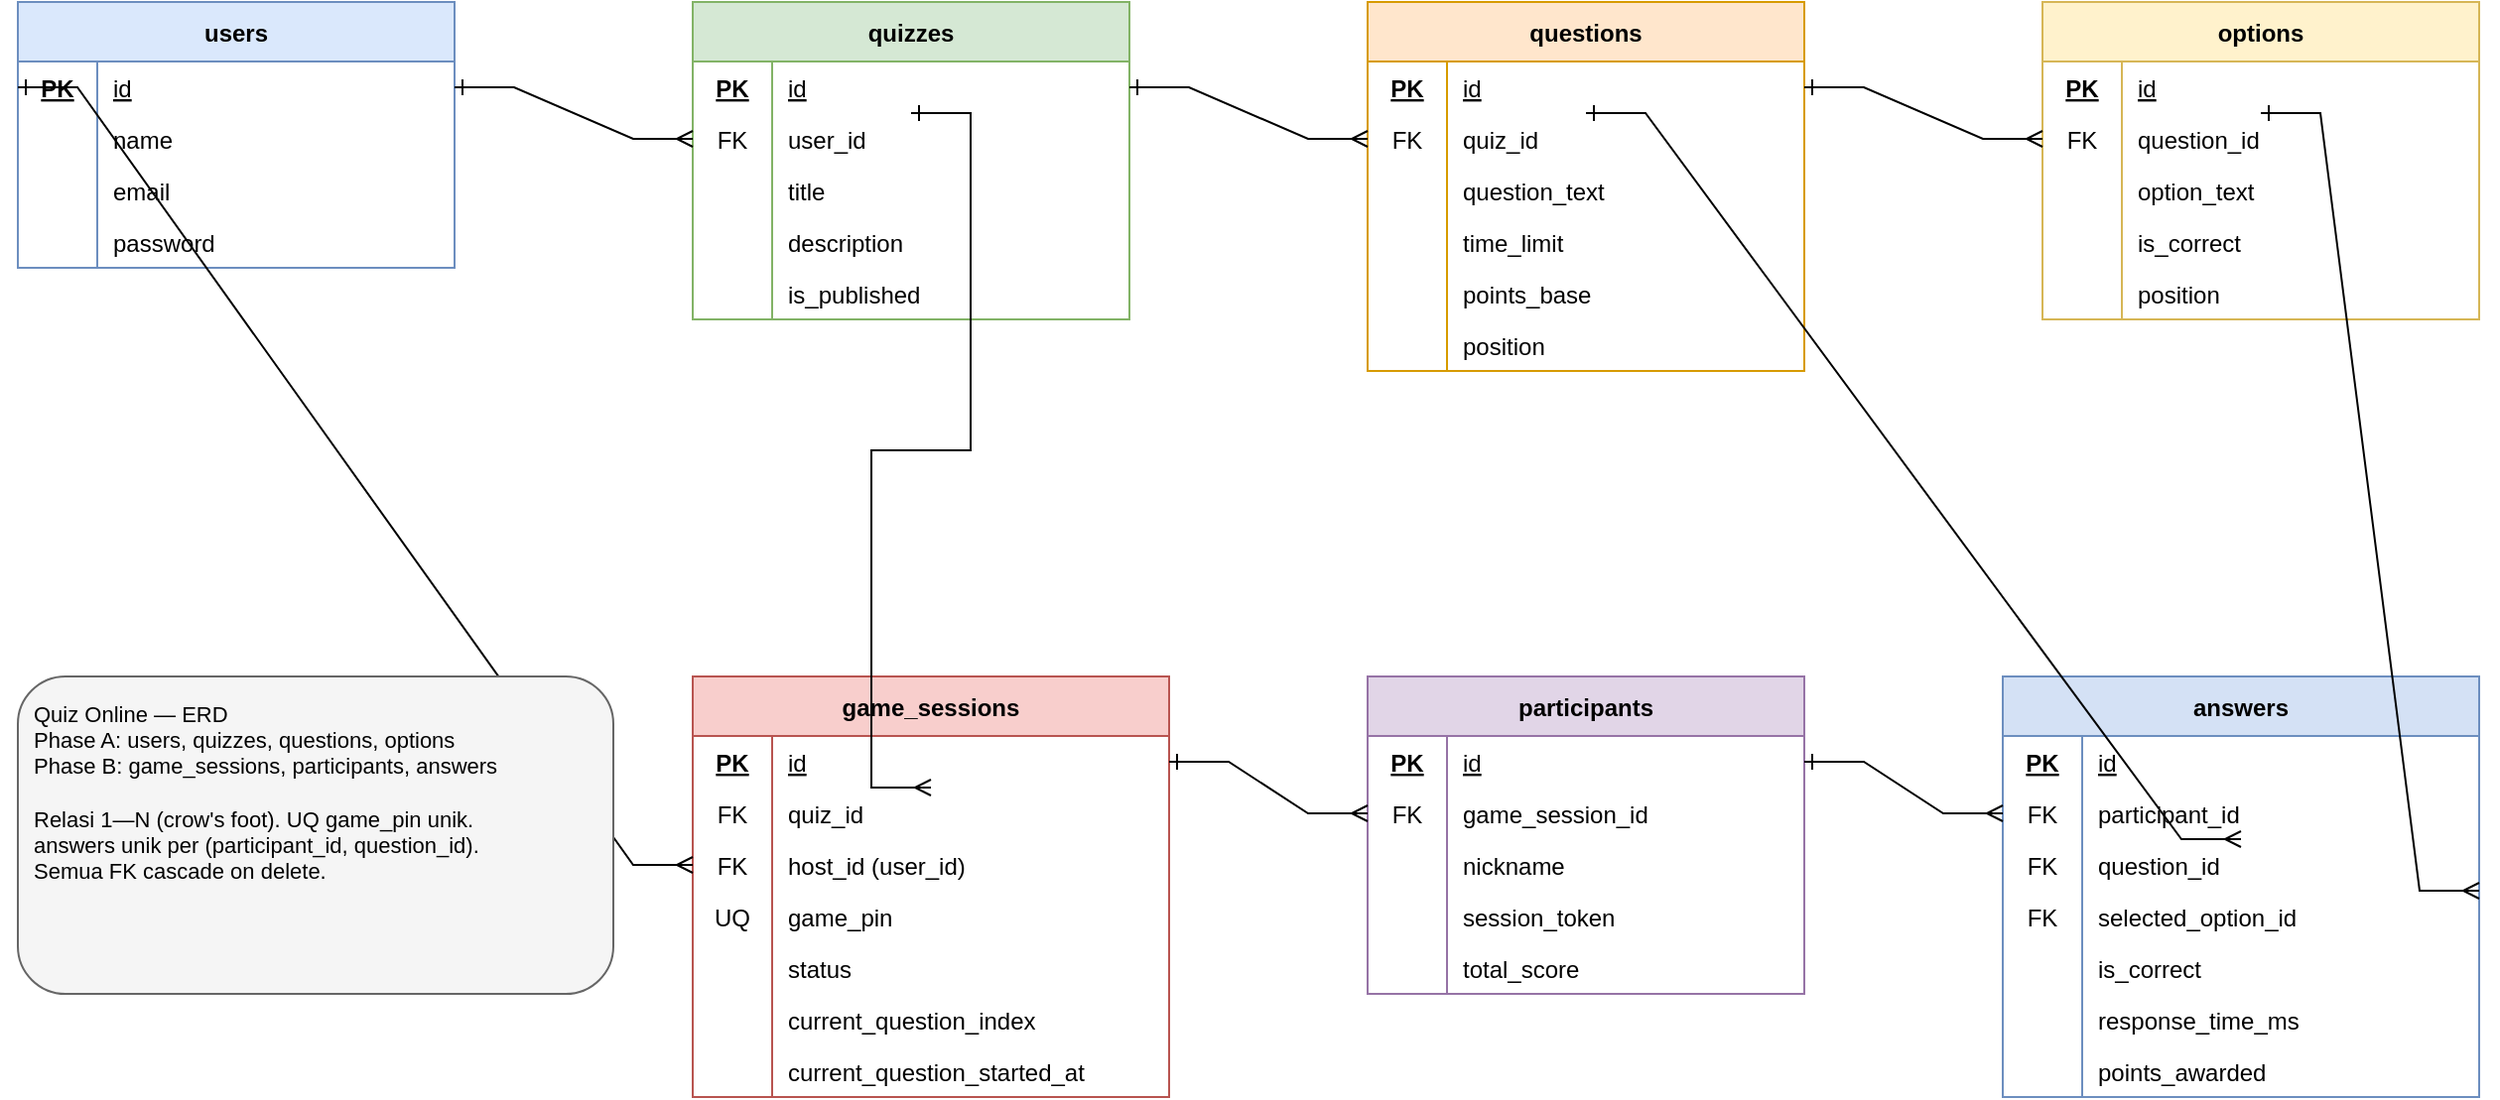
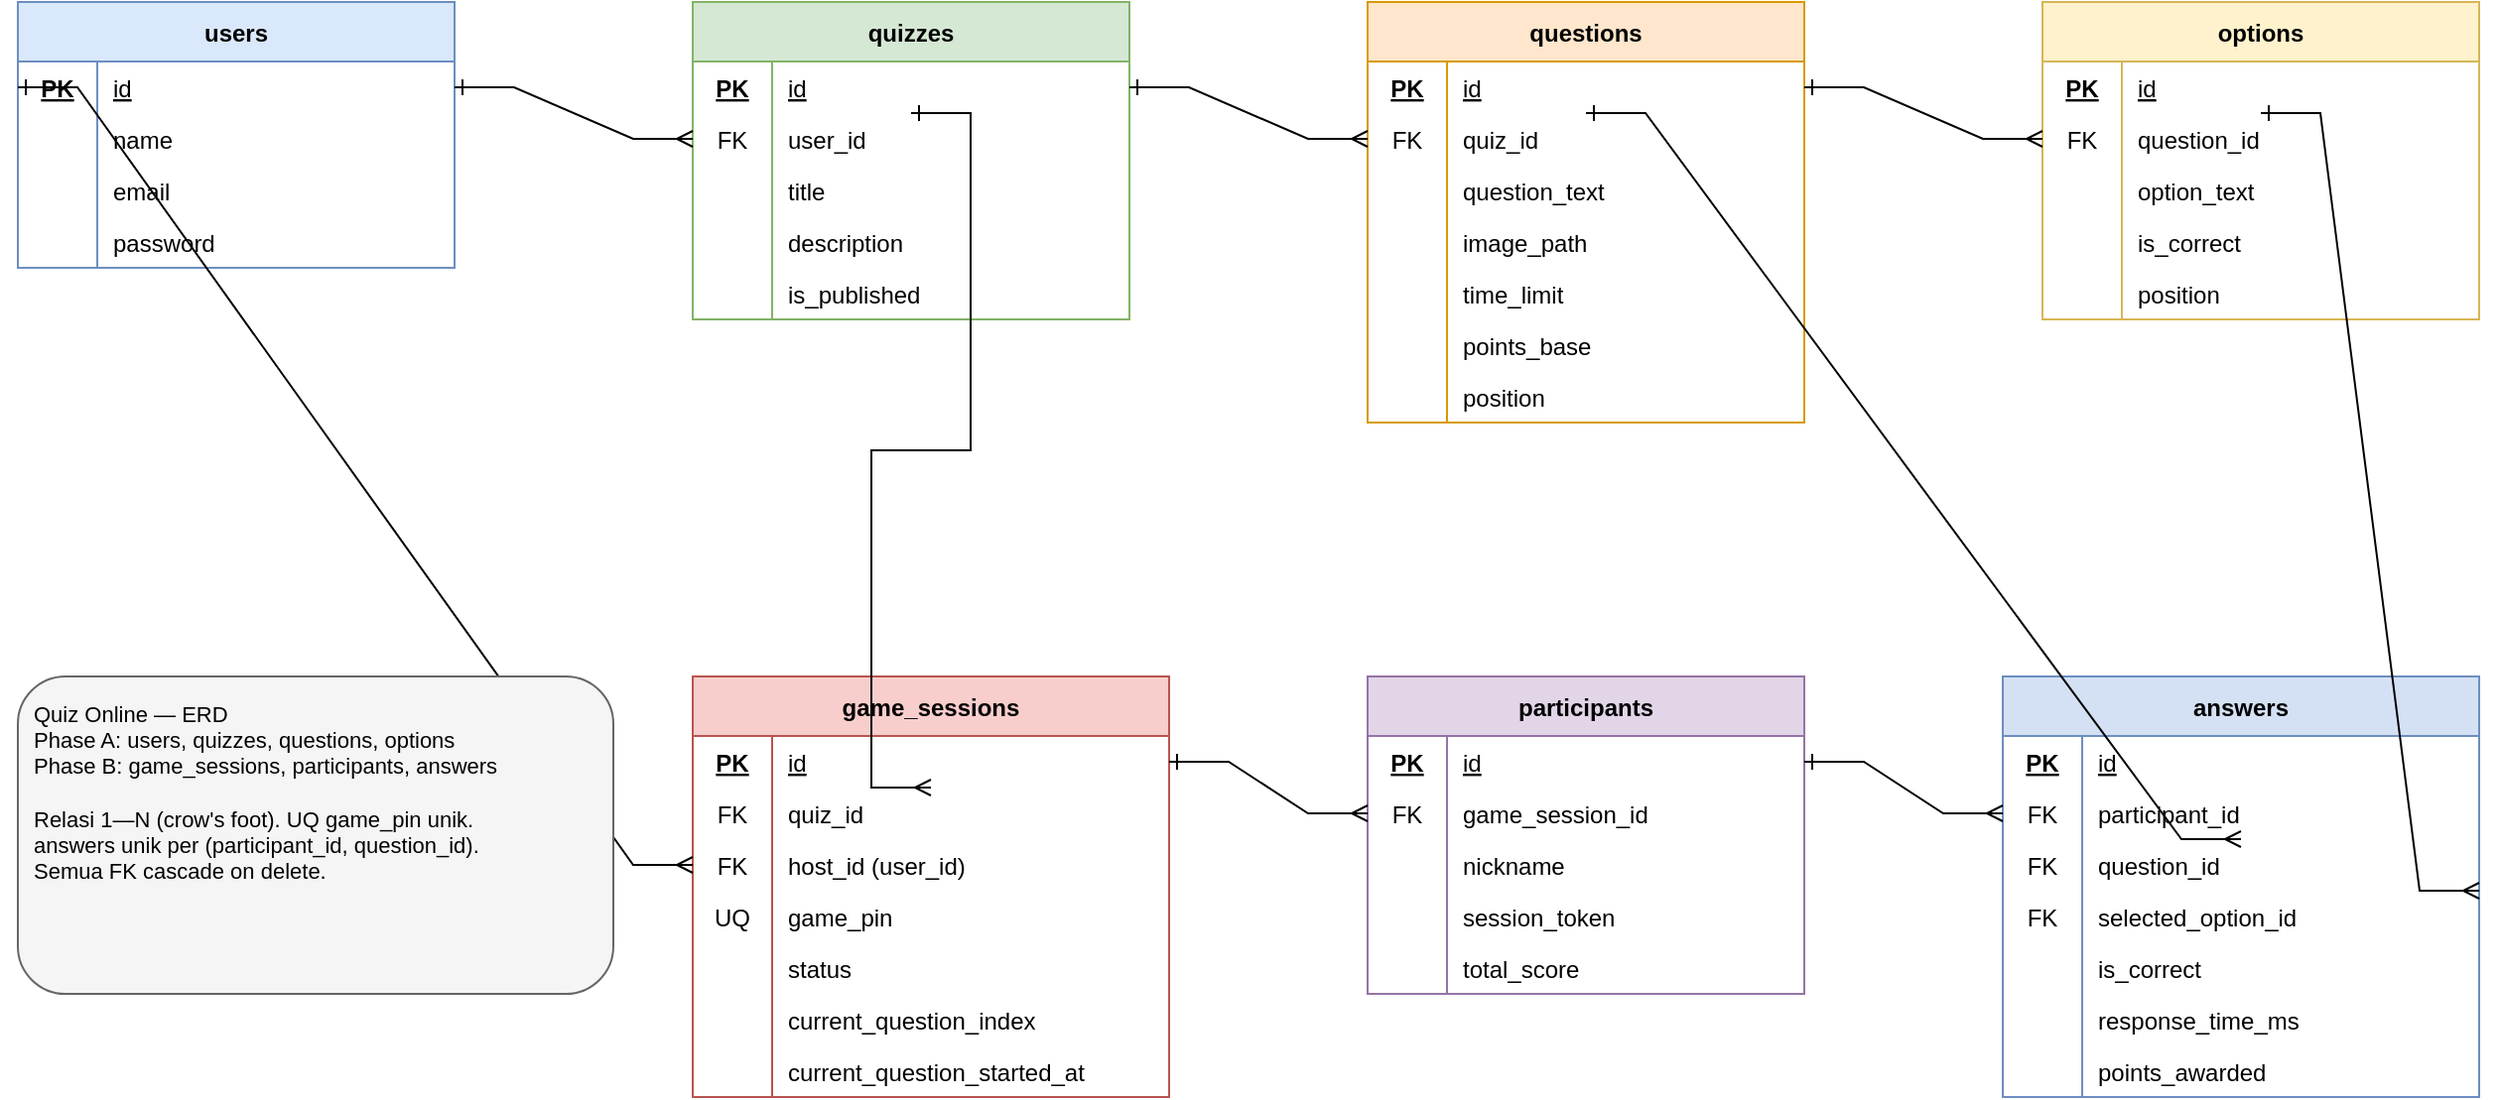
<mxfile host="app.diagrams.net" agent="Claude Code" version="24.0.0">
  <diagram id="quiz-online-erd" name="Quiz Online ERD">
    <mxGraphModel dx="1422" dy="800" grid="1" gridSize="10" guides="1" tooltips="1" connect="1" arrows="1" fold="1" page="1" pageScale="1" pageWidth="1400" pageHeight="900" math="0" shadow="0">
      <root>
        <mxCell id="0" />
        <mxCell id="1" parent="0" />

        <!-- ============ users ============ -->
        <mxCell id="users" value="users" style="shape=table;startSize=30;container=1;collapsible=0;childLayout=tableLayout;fixedRows=1;rowLines=0;fontStyle=1;align=center;resizeLast=1;fillColor=#dae8fc;strokeColor=#6c8ebf;" vertex="1" parent="1">
          <mxGeometry x="40" y="40" width="220" height="134" as="geometry" />
        </mxCell>
        <mxCell id="users-r1" value="" style="shape=tableRow;horizontal=0;startSize=0;swimlaneHead=0;swimlaneBody=0;strokeColor=inherit;top=0;left=0;bottom=0;right=0;collapsible=0;dropTarget=0;fillColor=none;points=[[0,0.5],[1,0.5]];portConstraint=eastwest;fontSize=12;" vertex="1" parent="users">
          <mxGeometry y="30" width="220" height="26" as="geometry" />
        </mxCell>
        <mxCell id="users-r1-k" value="PK" style="shape=partialRectangle;overflow=hidden;connectable=0;fillColor=none;top=0;left=0;bottom=0;right=0;fontStyle=5;align=center;" vertex="1" parent="users-r1">
          <mxGeometry width="40" height="26" as="geometry"><mxRectangle width="40" height="26" as="alternateBounds" /></mxGeometry>
        </mxCell>
        <mxCell id="users-r1-v" value="id" style="shape=partialRectangle;overflow=hidden;connectable=0;fillColor=none;top=0;left=0;bottom=0;right=0;align=left;spacingLeft=6;fontStyle=4;" vertex="1" parent="users-r1">
          <mxGeometry x="40" width="180" height="26" as="geometry"><mxRectangle x="40" width="180" height="26" as="alternateBounds" /></mxGeometry>
        </mxCell>
        <mxCell id="users-r2" value="" style="shape=tableRow;horizontal=0;startSize=0;swimlaneHead=0;swimlaneBody=0;strokeColor=inherit;top=0;left=0;bottom=0;right=0;collapsible=0;dropTarget=0;fillColor=none;points=[[0,0.5],[1,0.5]];portConstraint=eastwest;fontSize=12;" vertex="1" parent="users">
          <mxGeometry y="56" width="220" height="26" as="geometry" />
        </mxCell>
        <mxCell id="users-r2-k" value="" style="shape=partialRectangle;overflow=hidden;connectable=0;fillColor=none;top=0;left=0;bottom=0;right=0;fontStyle=5;align=center;" vertex="1" parent="users-r2">
          <mxGeometry width="40" height="26" as="geometry"><mxRectangle width="40" height="26" as="alternateBounds" /></mxGeometry>
        </mxCell>
        <mxCell id="users-r2-v" value="name" style="shape=partialRectangle;overflow=hidden;connectable=0;fillColor=none;top=0;left=0;bottom=0;right=0;align=left;spacingLeft=6;" vertex="1" parent="users-r2">
          <mxGeometry x="40" width="180" height="26" as="geometry"><mxRectangle x="40" width="180" height="26" as="alternateBounds" /></mxGeometry>
        </mxCell>
        <mxCell id="users-r3" value="" style="shape=tableRow;horizontal=0;startSize=0;swimlaneHead=0;swimlaneBody=0;strokeColor=inherit;top=0;left=0;bottom=0;right=0;collapsible=0;dropTarget=0;fillColor=none;points=[[0,0.5],[1,0.5]];portConstraint=eastwest;fontSize=12;" vertex="1" parent="users">
          <mxGeometry y="82" width="220" height="26" as="geometry" />
        </mxCell>
        <mxCell id="users-r3-k" value="" style="shape=partialRectangle;overflow=hidden;connectable=0;fillColor=none;top=0;left=0;bottom=0;right=0;fontStyle=5;align=center;" vertex="1" parent="users-r3">
          <mxGeometry width="40" height="26" as="geometry"><mxRectangle width="40" height="26" as="alternateBounds" /></mxGeometry>
        </mxCell>
        <mxCell id="users-r3-v" value="email" style="shape=partialRectangle;overflow=hidden;connectable=0;fillColor=none;top=0;left=0;bottom=0;right=0;align=left;spacingLeft=6;" vertex="1" parent="users-r3">
          <mxGeometry x="40" width="180" height="26" as="geometry"><mxRectangle x="40" width="180" height="26" as="alternateBounds" /></mxGeometry>
        </mxCell>
        <mxCell id="users-r4" value="" style="shape=tableRow;horizontal=0;startSize=0;swimlaneHead=0;swimlaneBody=0;strokeColor=inherit;top=0;left=0;bottom=0;right=0;collapsible=0;dropTarget=0;fillColor=none;points=[[0,0.5],[1,0.5]];portConstraint=eastwest;fontSize=12;" vertex="1" parent="users">
          <mxGeometry y="108" width="220" height="26" as="geometry" />
        </mxCell>
        <mxCell id="users-r4-k" value="" style="shape=partialRectangle;overflow=hidden;connectable=0;fillColor=none;top=0;left=0;bottom=0;right=0;fontStyle=5;align=center;" vertex="1" parent="users-r4">
          <mxGeometry width="40" height="26" as="geometry"><mxRectangle width="40" height="26" as="alternateBounds" /></mxGeometry>
        </mxCell>
        <mxCell id="users-r4-v" value="password" style="shape=partialRectangle;overflow=hidden;connectable=0;fillColor=none;top=0;left=0;bottom=0;right=0;align=left;spacingLeft=6;" vertex="1" parent="users-r4">
          <mxGeometry x="40" width="180" height="26" as="geometry"><mxRectangle x="40" width="180" height="26" as="alternateBounds" /></mxGeometry>
        </mxCell>

        <!-- ============ quizzes ============ -->
        <mxCell id="quizzes" value="quizzes" style="shape=table;startSize=30;container=1;collapsible=0;childLayout=tableLayout;fixedRows=1;rowLines=0;fontStyle=1;align=center;resizeLast=1;fillColor=#d5e8d4;strokeColor=#82b366;" vertex="1" parent="1">
          <mxGeometry x="380" y="40" width="220" height="160" as="geometry" />
        </mxCell>
        <mxCell id="quizzes-r1" value="" style="shape=tableRow;horizontal=0;startSize=0;swimlaneHead=0;swimlaneBody=0;strokeColor=inherit;top=0;left=0;bottom=0;right=0;collapsible=0;dropTarget=0;fillColor=none;points=[[0,0.5],[1,0.5]];portConstraint=eastwest;fontSize=12;" vertex="1" parent="quizzes">
          <mxGeometry y="30" width="220" height="26" as="geometry" />
        </mxCell>
        <mxCell id="quizzes-r1-k" value="PK" style="shape=partialRectangle;overflow=hidden;connectable=0;fillColor=none;top=0;left=0;bottom=0;right=0;fontStyle=5;align=center;" vertex="1" parent="quizzes-r1">
          <mxGeometry width="40" height="26" as="geometry"><mxRectangle width="40" height="26" as="alternateBounds" /></mxGeometry>
        </mxCell>
        <mxCell id="quizzes-r1-v" value="id" style="shape=partialRectangle;overflow=hidden;connectable=0;fillColor=none;top=0;left=0;bottom=0;right=0;align=left;spacingLeft=6;fontStyle=4;" vertex="1" parent="quizzes-r1">
          <mxGeometry x="40" width="180" height="26" as="geometry"><mxRectangle x="40" width="180" height="26" as="alternateBounds" /></mxGeometry>
        </mxCell>
        <mxCell id="quizzes-r2" value="" style="shape=tableRow;horizontal=0;startSize=0;swimlaneHead=0;swimlaneBody=0;strokeColor=inherit;top=0;left=0;bottom=0;right=0;collapsible=0;dropTarget=0;fillColor=none;points=[[0,0.5],[1,0.5]];portConstraint=eastwest;fontSize=12;" vertex="1" parent="quizzes">
          <mxGeometry y="56" width="220" height="26" as="geometry" />
        </mxCell>
        <mxCell id="quizzes-r2-k" value="FK" style="shape=partialRectangle;overflow=hidden;connectable=0;fillColor=none;top=0;left=0;bottom=0;right=0;fontStyle=0;align=center;" vertex="1" parent="quizzes-r2">
          <mxGeometry width="40" height="26" as="geometry"><mxRectangle width="40" height="26" as="alternateBounds" /></mxGeometry>
        </mxCell>
        <mxCell id="quizzes-r2-v" value="user_id" style="shape=partialRectangle;overflow=hidden;connectable=0;fillColor=none;top=0;left=0;bottom=0;right=0;align=left;spacingLeft=6;" vertex="1" parent="quizzes-r2">
          <mxGeometry x="40" width="180" height="26" as="geometry"><mxRectangle x="40" width="180" height="26" as="alternateBounds" /></mxGeometry>
        </mxCell>
        <mxCell id="quizzes-r3" value="" style="shape=tableRow;horizontal=0;startSize=0;swimlaneHead=0;swimlaneBody=0;strokeColor=inherit;top=0;left=0;bottom=0;right=0;collapsible=0;dropTarget=0;fillColor=none;points=[[0,0.5],[1,0.5]];portConstraint=eastwest;fontSize=12;" vertex="1" parent="quizzes">
          <mxGeometry y="82" width="220" height="26" as="geometry" />
        </mxCell>
        <mxCell id="quizzes-r3-k" value="" style="shape=partialRectangle;overflow=hidden;connectable=0;fillColor=none;top=0;left=0;bottom=0;right=0;align=center;" vertex="1" parent="quizzes-r3">
          <mxGeometry width="40" height="26" as="geometry"><mxRectangle width="40" height="26" as="alternateBounds" /></mxGeometry>
        </mxCell>
        <mxCell id="quizzes-r3-v" value="title" style="shape=partialRectangle;overflow=hidden;connectable=0;fillColor=none;top=0;left=0;bottom=0;right=0;align=left;spacingLeft=6;" vertex="1" parent="quizzes-r3">
          <mxGeometry x="40" width="180" height="26" as="geometry"><mxRectangle x="40" width="180" height="26" as="alternateBounds" /></mxGeometry>
        </mxCell>
        <mxCell id="quizzes-r4" value="" style="shape=tableRow;horizontal=0;startSize=0;swimlaneHead=0;swimlaneBody=0;strokeColor=inherit;top=0;left=0;bottom=0;right=0;collapsible=0;dropTarget=0;fillColor=none;points=[[0,0.5],[1,0.5]];portConstraint=eastwest;fontSize=12;" vertex="1" parent="quizzes">
          <mxGeometry y="108" width="220" height="26" as="geometry" />
        </mxCell>
        <mxCell id="quizzes-r4-k" value="" style="shape=partialRectangle;overflow=hidden;connectable=0;fillColor=none;top=0;left=0;bottom=0;right=0;align=center;" vertex="1" parent="quizzes-r4">
          <mxGeometry width="40" height="26" as="geometry"><mxRectangle width="40" height="26" as="alternateBounds" /></mxGeometry>
        </mxCell>
        <mxCell id="quizzes-r4-v" value="description" style="shape=partialRectangle;overflow=hidden;connectable=0;fillColor=none;top=0;left=0;bottom=0;right=0;align=left;spacingLeft=6;" vertex="1" parent="quizzes-r4">
          <mxGeometry x="40" width="180" height="26" as="geometry"><mxRectangle x="40" width="180" height="26" as="alternateBounds" /></mxGeometry>
        </mxCell>
        <mxCell id="quizzes-r5" value="" style="shape=tableRow;horizontal=0;startSize=0;swimlaneHead=0;swimlaneBody=0;strokeColor=inherit;top=0;left=0;bottom=0;right=0;collapsible=0;dropTarget=0;fillColor=none;points=[[0,0.5],[1,0.5]];portConstraint=eastwest;fontSize=12;" vertex="1" parent="quizzes">
          <mxGeometry y="134" width="220" height="26" as="geometry" />
        </mxCell>
        <mxCell id="quizzes-r5-k" value="" style="shape=partialRectangle;overflow=hidden;connectable=0;fillColor=none;top=0;left=0;bottom=0;right=0;align=center;" vertex="1" parent="quizzes-r5">
          <mxGeometry width="40" height="26" as="geometry"><mxRectangle width="40" height="26" as="alternateBounds" /></mxGeometry>
        </mxCell>
        <mxCell id="quizzes-r5-v" value="is_published" style="shape=partialRectangle;overflow=hidden;connectable=0;fillColor=none;top=0;left=0;bottom=0;right=0;align=left;spacingLeft=6;" vertex="1" parent="quizzes-r5">
          <mxGeometry x="40" width="180" height="26" as="geometry"><mxRectangle x="40" width="180" height="26" as="alternateBounds" /></mxGeometry>
        </mxCell>

        <!-- ============ questions ============ -->
        <mxCell id="questions" value="questions" style="shape=table;startSize=30;container=1;collapsible=0;childLayout=tableLayout;fixedRows=1;rowLines=0;fontStyle=1;align=center;resizeLast=1;fillColor=#ffe6cc;strokeColor=#d79b00;" vertex="1" parent="1">
-           <mxGeometry x="720" y="40" width="220" height="186" as="geometry" />
+           <mxGeometry x="720" y="40" width="220" height="212" as="geometry" />
        </mxCell>
        <mxCell id="questions-r1" value="" style="shape=tableRow;horizontal=0;startSize=0;swimlaneHead=0;swimlaneBody=0;strokeColor=inherit;top=0;left=0;bottom=0;right=0;collapsible=0;dropTarget=0;fillColor=none;points=[[0,0.5],[1,0.5]];portConstraint=eastwest;fontSize=12;" vertex="1" parent="questions">
          <mxGeometry y="30" width="220" height="26" as="geometry" />
        </mxCell>
        <mxCell id="questions-r1-k" value="PK" style="shape=partialRectangle;overflow=hidden;connectable=0;fillColor=none;top=0;left=0;bottom=0;right=0;fontStyle=5;align=center;" vertex="1" parent="questions-r1">
          <mxGeometry width="40" height="26" as="geometry"><mxRectangle width="40" height="26" as="alternateBounds" /></mxGeometry>
        </mxCell>
        <mxCell id="questions-r1-v" value="id" style="shape=partialRectangle;overflow=hidden;connectable=0;fillColor=none;top=0;left=0;bottom=0;right=0;align=left;spacingLeft=6;fontStyle=4;" vertex="1" parent="questions-r1">
          <mxGeometry x="40" width="180" height="26" as="geometry"><mxRectangle x="40" width="180" height="26" as="alternateBounds" /></mxGeometry>
        </mxCell>
        <mxCell id="questions-r2" value="" style="shape=tableRow;horizontal=0;startSize=0;swimlaneHead=0;swimlaneBody=0;strokeColor=inherit;top=0;left=0;bottom=0;right=0;collapsible=0;dropTarget=0;fillColor=none;points=[[0,0.5],[1,0.5]];portConstraint=eastwest;fontSize=12;" vertex="1" parent="questions">
          <mxGeometry y="56" width="220" height="26" as="geometry" />
        </mxCell>
        <mxCell id="questions-r2-k" value="FK" style="shape=partialRectangle;overflow=hidden;connectable=0;fillColor=none;top=0;left=0;bottom=0;right=0;align=center;" vertex="1" parent="questions-r2">
          <mxGeometry width="40" height="26" as="geometry"><mxRectangle width="40" height="26" as="alternateBounds" /></mxGeometry>
        </mxCell>
        <mxCell id="questions-r2-v" value="quiz_id" style="shape=partialRectangle;overflow=hidden;connectable=0;fillColor=none;top=0;left=0;bottom=0;right=0;align=left;spacingLeft=6;" vertex="1" parent="questions-r2">
          <mxGeometry x="40" width="180" height="26" as="geometry"><mxRectangle x="40" width="180" height="26" as="alternateBounds" /></mxGeometry>
        </mxCell>
        <mxCell id="questions-r3" value="" style="shape=tableRow;horizontal=0;startSize=0;swimlaneHead=0;swimlaneBody=0;strokeColor=inherit;top=0;left=0;bottom=0;right=0;collapsible=0;dropTarget=0;fillColor=none;points=[[0,0.5],[1,0.5]];portConstraint=eastwest;fontSize=12;" vertex="1" parent="questions">
          <mxGeometry y="82" width="220" height="26" as="geometry" />
        </mxCell>
        <mxCell id="questions-r3-k" value="" style="shape=partialRectangle;overflow=hidden;connectable=0;fillColor=none;top=0;left=0;bottom=0;right=0;align=center;" vertex="1" parent="questions-r3">
          <mxGeometry width="40" height="26" as="geometry"><mxRectangle width="40" height="26" as="alternateBounds" /></mxGeometry>
        </mxCell>
        <mxCell id="questions-r3-v" value="question_text" style="shape=partialRectangle;overflow=hidden;connectable=0;fillColor=none;top=0;left=0;bottom=0;right=0;align=left;spacingLeft=6;" vertex="1" parent="questions-r3">
          <mxGeometry x="40" width="180" height="26" as="geometry"><mxRectangle x="40" width="180" height="26" as="alternateBounds" /></mxGeometry>
        </mxCell>
+         <mxCell id="questions-r3b" value="" style="shape=tableRow;horizontal=0;startSize=0;swimlaneHead=0;swimlaneBody=0;strokeColor=inherit;top=0;left=0;bottom=0;right=0;collapsible=0;dropTarget=0;fillColor=none;points=[[0,0.5],[1,0.5]];portConstraint=eastwest;fontSize=12;" vertex="1" parent="questions">
+           <mxGeometry y="108" width="220" height="26" as="geometry" />
+         </mxCell>
+         <mxCell id="questions-r3b-k" value="" style="shape=partialRectangle;overflow=hidden;connectable=0;fillColor=none;top=0;left=0;bottom=0;right=0;align=center;" vertex="1" parent="questions-r3b">
+           <mxGeometry width="40" height="26" as="geometry"><mxRectangle width="40" height="26" as="alternateBounds" /></mxGeometry>
+         </mxCell>
+         <mxCell id="questions-r3b-v" value="image_path" style="shape=partialRectangle;overflow=hidden;connectable=0;fillColor=none;top=0;left=0;bottom=0;right=0;align=left;spacingLeft=6;" vertex="1" parent="questions-r3b">
+           <mxGeometry x="40" width="180" height="26" as="geometry"><mxRectangle x="40" width="180" height="26" as="alternateBounds" /></mxGeometry>
+         </mxCell>
        <mxCell id="questions-r4" value="" style="shape=tableRow;horizontal=0;startSize=0;swimlaneHead=0;swimlaneBody=0;strokeColor=inherit;top=0;left=0;bottom=0;right=0;collapsible=0;dropTarget=0;fillColor=none;points=[[0,0.5],[1,0.5]];portConstraint=eastwest;fontSize=12;" vertex="1" parent="questions">
-           <mxGeometry y="108" width="220" height="26" as="geometry" />
+           <mxGeometry y="134" width="220" height="26" as="geometry" />
        </mxCell>
        <mxCell id="questions-r4-k" value="" style="shape=partialRectangle;overflow=hidden;connectable=0;fillColor=none;top=0;left=0;bottom=0;right=0;align=center;" vertex="1" parent="questions-r4">
          <mxGeometry width="40" height="26" as="geometry"><mxRectangle width="40" height="26" as="alternateBounds" /></mxGeometry>
        </mxCell>
        <mxCell id="questions-r4-v" value="time_limit" style="shape=partialRectangle;overflow=hidden;connectable=0;fillColor=none;top=0;left=0;bottom=0;right=0;align=left;spacingLeft=6;" vertex="1" parent="questions-r4">
          <mxGeometry x="40" width="180" height="26" as="geometry"><mxRectangle x="40" width="180" height="26" as="alternateBounds" /></mxGeometry>
        </mxCell>
        <mxCell id="questions-r5" value="" style="shape=tableRow;horizontal=0;startSize=0;swimlaneHead=0;swimlaneBody=0;strokeColor=inherit;top=0;left=0;bottom=0;right=0;collapsible=0;dropTarget=0;fillColor=none;points=[[0,0.5],[1,0.5]];portConstraint=eastwest;fontSize=12;" vertex="1" parent="questions">
-           <mxGeometry y="134" width="220" height="26" as="geometry" />
+           <mxGeometry y="160" width="220" height="26" as="geometry" />
        </mxCell>
        <mxCell id="questions-r5-k" value="" style="shape=partialRectangle;overflow=hidden;connectable=0;fillColor=none;top=0;left=0;bottom=0;right=0;align=center;" vertex="1" parent="questions-r5">
          <mxGeometry width="40" height="26" as="geometry"><mxRectangle width="40" height="26" as="alternateBounds" /></mxGeometry>
        </mxCell>
        <mxCell id="questions-r5-v" value="points_base" style="shape=partialRectangle;overflow=hidden;connectable=0;fillColor=none;top=0;left=0;bottom=0;right=0;align=left;spacingLeft=6;" vertex="1" parent="questions-r5">
          <mxGeometry x="40" width="180" height="26" as="geometry"><mxRectangle x="40" width="180" height="26" as="alternateBounds" /></mxGeometry>
        </mxCell>
        <mxCell id="questions-r6" value="" style="shape=tableRow;horizontal=0;startSize=0;swimlaneHead=0;swimlaneBody=0;strokeColor=inherit;top=0;left=0;bottom=0;right=0;collapsible=0;dropTarget=0;fillColor=none;points=[[0,0.5],[1,0.5]];portConstraint=eastwest;fontSize=12;" vertex="1" parent="questions">
-           <mxGeometry y="160" width="220" height="26" as="geometry" />
+           <mxGeometry y="186" width="220" height="26" as="geometry" />
        </mxCell>
        <mxCell id="questions-r6-k" value="" style="shape=partialRectangle;overflow=hidden;connectable=0;fillColor=none;top=0;left=0;bottom=0;right=0;align=center;" vertex="1" parent="questions-r6">
          <mxGeometry width="40" height="26" as="geometry"><mxRectangle width="40" height="26" as="alternateBounds" /></mxGeometry>
        </mxCell>
        <mxCell id="questions-r6-v" value="position" style="shape=partialRectangle;overflow=hidden;connectable=0;fillColor=none;top=0;left=0;bottom=0;right=0;align=left;spacingLeft=6;" vertex="1" parent="questions-r6">
          <mxGeometry x="40" width="180" height="26" as="geometry"><mxRectangle x="40" width="180" height="26" as="alternateBounds" /></mxGeometry>
        </mxCell>

        <!-- ============ options ============ -->
        <mxCell id="options" value="options" style="shape=table;startSize=30;container=1;collapsible=0;childLayout=tableLayout;fixedRows=1;rowLines=0;fontStyle=1;align=center;resizeLast=1;fillColor=#fff2cc;strokeColor=#d6b656;" vertex="1" parent="1">
          <mxGeometry x="1060" y="40" width="220" height="160" as="geometry" />
        </mxCell>
        <mxCell id="options-r1" value="" style="shape=tableRow;horizontal=0;startSize=0;swimlaneHead=0;swimlaneBody=0;strokeColor=inherit;top=0;left=0;bottom=0;right=0;collapsible=0;dropTarget=0;fillColor=none;points=[[0,0.5],[1,0.5]];portConstraint=eastwest;fontSize=12;" vertex="1" parent="options">
          <mxGeometry y="30" width="220" height="26" as="geometry" />
        </mxCell>
        <mxCell id="options-r1-k" value="PK" style="shape=partialRectangle;overflow=hidden;connectable=0;fillColor=none;top=0;left=0;bottom=0;right=0;fontStyle=5;align=center;" vertex="1" parent="options-r1">
          <mxGeometry width="40" height="26" as="geometry"><mxRectangle width="40" height="26" as="alternateBounds" /></mxGeometry>
        </mxCell>
        <mxCell id="options-r1-v" value="id" style="shape=partialRectangle;overflow=hidden;connectable=0;fillColor=none;top=0;left=0;bottom=0;right=0;align=left;spacingLeft=6;fontStyle=4;" vertex="1" parent="options-r1">
          <mxGeometry x="40" width="180" height="26" as="geometry"><mxRectangle x="40" width="180" height="26" as="alternateBounds" /></mxGeometry>
        </mxCell>
        <mxCell id="options-r2" value="" style="shape=tableRow;horizontal=0;startSize=0;swimlaneHead=0;swimlaneBody=0;strokeColor=inherit;top=0;left=0;bottom=0;right=0;collapsible=0;dropTarget=0;fillColor=none;points=[[0,0.5],[1,0.5]];portConstraint=eastwest;fontSize=12;" vertex="1" parent="options">
          <mxGeometry y="56" width="220" height="26" as="geometry" />
        </mxCell>
        <mxCell id="options-r2-k" value="FK" style="shape=partialRectangle;overflow=hidden;connectable=0;fillColor=none;top=0;left=0;bottom=0;right=0;align=center;" vertex="1" parent="options-r2">
          <mxGeometry width="40" height="26" as="geometry"><mxRectangle width="40" height="26" as="alternateBounds" /></mxGeometry>
        </mxCell>
        <mxCell id="options-r2-v" value="question_id" style="shape=partialRectangle;overflow=hidden;connectable=0;fillColor=none;top=0;left=0;bottom=0;right=0;align=left;spacingLeft=6;" vertex="1" parent="options-r2">
          <mxGeometry x="40" width="180" height="26" as="geometry"><mxRectangle x="40" width="180" height="26" as="alternateBounds" /></mxGeometry>
        </mxCell>
        <mxCell id="options-r3" value="" style="shape=tableRow;horizontal=0;startSize=0;swimlaneHead=0;swimlaneBody=0;strokeColor=inherit;top=0;left=0;bottom=0;right=0;collapsible=0;dropTarget=0;fillColor=none;points=[[0,0.5],[1,0.5]];portConstraint=eastwest;fontSize=12;" vertex="1" parent="options">
          <mxGeometry y="82" width="220" height="26" as="geometry" />
        </mxCell>
        <mxCell id="options-r3-k" value="" style="shape=partialRectangle;overflow=hidden;connectable=0;fillColor=none;top=0;left=0;bottom=0;right=0;align=center;" vertex="1" parent="options-r3">
          <mxGeometry width="40" height="26" as="geometry"><mxRectangle width="40" height="26" as="alternateBounds" /></mxGeometry>
        </mxCell>
        <mxCell id="options-r3-v" value="option_text" style="shape=partialRectangle;overflow=hidden;connectable=0;fillColor=none;top=0;left=0;bottom=0;right=0;align=left;spacingLeft=6;" vertex="1" parent="options-r3">
          <mxGeometry x="40" width="180" height="26" as="geometry"><mxRectangle x="40" width="180" height="26" as="alternateBounds" /></mxGeometry>
        </mxCell>
        <mxCell id="options-r4" value="" style="shape=tableRow;horizontal=0;startSize=0;swimlaneHead=0;swimlaneBody=0;strokeColor=inherit;top=0;left=0;bottom=0;right=0;collapsible=0;dropTarget=0;fillColor=none;points=[[0,0.5],[1,0.5]];portConstraint=eastwest;fontSize=12;" vertex="1" parent="options">
          <mxGeometry y="108" width="220" height="26" as="geometry" />
        </mxCell>
        <mxCell id="options-r4-k" value="" style="shape=partialRectangle;overflow=hidden;connectable=0;fillColor=none;top=0;left=0;bottom=0;right=0;align=center;" vertex="1" parent="options-r4">
          <mxGeometry width="40" height="26" as="geometry"><mxRectangle width="40" height="26" as="alternateBounds" /></mxGeometry>
        </mxCell>
        <mxCell id="options-r4-v" value="is_correct" style="shape=partialRectangle;overflow=hidden;connectable=0;fillColor=none;top=0;left=0;bottom=0;right=0;align=left;spacingLeft=6;" vertex="1" parent="options-r4">
          <mxGeometry x="40" width="180" height="26" as="geometry"><mxRectangle x="40" width="180" height="26" as="alternateBounds" /></mxGeometry>
        </mxCell>
        <mxCell id="options-r5" value="" style="shape=tableRow;horizontal=0;startSize=0;swimlaneHead=0;swimlaneBody=0;strokeColor=inherit;top=0;left=0;bottom=0;right=0;collapsible=0;dropTarget=0;fillColor=none;points=[[0,0.5],[1,0.5]];portConstraint=eastwest;fontSize=12;" vertex="1" parent="options">
          <mxGeometry y="134" width="220" height="26" as="geometry" />
        </mxCell>
        <mxCell id="options-r5-k" value="" style="shape=partialRectangle;overflow=hidden;connectable=0;fillColor=none;top=0;left=0;bottom=0;right=0;align=center;" vertex="1" parent="options-r5">
          <mxGeometry width="40" height="26" as="geometry"><mxRectangle width="40" height="26" as="alternateBounds" /></mxGeometry>
        </mxCell>
        <mxCell id="options-r5-v" value="position" style="shape=partialRectangle;overflow=hidden;connectable=0;fillColor=none;top=0;left=0;bottom=0;right=0;align=left;spacingLeft=6;" vertex="1" parent="options-r5">
          <mxGeometry x="40" width="180" height="26" as="geometry"><mxRectangle x="40" width="180" height="26" as="alternateBounds" /></mxGeometry>
        </mxCell>

        <!-- ============ game_sessions ============ -->
        <mxCell id="gs" value="game_sessions" style="shape=table;startSize=30;container=1;collapsible=0;childLayout=tableLayout;fixedRows=1;rowLines=0;fontStyle=1;align=center;resizeLast=1;fillColor=#f8cecc;strokeColor=#b85450;" vertex="1" parent="1">
          <mxGeometry x="380" y="380" width="240" height="212" as="geometry" />
        </mxCell>
        <mxCell id="gs-r1" value="" style="shape=tableRow;horizontal=0;startSize=0;swimlaneHead=0;swimlaneBody=0;strokeColor=inherit;top=0;left=0;bottom=0;right=0;collapsible=0;dropTarget=0;fillColor=none;points=[[0,0.5],[1,0.5]];portConstraint=eastwest;fontSize=12;" vertex="1" parent="gs">
          <mxGeometry y="30" width="240" height="26" as="geometry" />
        </mxCell>
        <mxCell id="gs-r1-k" value="PK" style="shape=partialRectangle;overflow=hidden;connectable=0;fillColor=none;top=0;left=0;bottom=0;right=0;fontStyle=5;align=center;" vertex="1" parent="gs-r1">
          <mxGeometry width="40" height="26" as="geometry"><mxRectangle width="40" height="26" as="alternateBounds" /></mxGeometry>
        </mxCell>
        <mxCell id="gs-r1-v" value="id" style="shape=partialRectangle;overflow=hidden;connectable=0;fillColor=none;top=0;left=0;bottom=0;right=0;align=left;spacingLeft=6;fontStyle=4;" vertex="1" parent="gs-r1">
          <mxGeometry x="40" width="200" height="26" as="geometry"><mxRectangle x="40" width="200" height="26" as="alternateBounds" /></mxGeometry>
        </mxCell>
        <mxCell id="gs-r2" value="" style="shape=tableRow;horizontal=0;startSize=0;swimlaneHead=0;swimlaneBody=0;strokeColor=inherit;top=0;left=0;bottom=0;right=0;collapsible=0;dropTarget=0;fillColor=none;points=[[0,0.5],[1,0.5]];portConstraint=eastwest;fontSize=12;" vertex="1" parent="gs">
          <mxGeometry y="56" width="240" height="26" as="geometry" />
        </mxCell>
        <mxCell id="gs-r2-k" value="FK" style="shape=partialRectangle;overflow=hidden;connectable=0;fillColor=none;top=0;left=0;bottom=0;right=0;align=center;" vertex="1" parent="gs-r2">
          <mxGeometry width="40" height="26" as="geometry"><mxRectangle width="40" height="26" as="alternateBounds" /></mxGeometry>
        </mxCell>
        <mxCell id="gs-r2-v" value="quiz_id" style="shape=partialRectangle;overflow=hidden;connectable=0;fillColor=none;top=0;left=0;bottom=0;right=0;align=left;spacingLeft=6;" vertex="1" parent="gs-r2">
          <mxGeometry x="40" width="200" height="26" as="geometry"><mxRectangle x="40" width="200" height="26" as="alternateBounds" /></mxGeometry>
        </mxCell>
        <mxCell id="gs-r3" value="" style="shape=tableRow;horizontal=0;startSize=0;swimlaneHead=0;swimlaneBody=0;strokeColor=inherit;top=0;left=0;bottom=0;right=0;collapsible=0;dropTarget=0;fillColor=none;points=[[0,0.5],[1,0.5]];portConstraint=eastwest;fontSize=12;" vertex="1" parent="gs">
          <mxGeometry y="82" width="240" height="26" as="geometry" />
        </mxCell>
        <mxCell id="gs-r3-k" value="FK" style="shape=partialRectangle;overflow=hidden;connectable=0;fillColor=none;top=0;left=0;bottom=0;right=0;align=center;" vertex="1" parent="gs-r3">
          <mxGeometry width="40" height="26" as="geometry"><mxRectangle width="40" height="26" as="alternateBounds" /></mxGeometry>
        </mxCell>
        <mxCell id="gs-r3-v" value="host_id (user_id)" style="shape=partialRectangle;overflow=hidden;connectable=0;fillColor=none;top=0;left=0;bottom=0;right=0;align=left;spacingLeft=6;" vertex="1" parent="gs-r3">
          <mxGeometry x="40" width="200" height="26" as="geometry"><mxRectangle x="40" width="200" height="26" as="alternateBounds" /></mxGeometry>
        </mxCell>
        <mxCell id="gs-r4" value="" style="shape=tableRow;horizontal=0;startSize=0;swimlaneHead=0;swimlaneBody=0;strokeColor=inherit;top=0;left=0;bottom=0;right=0;collapsible=0;dropTarget=0;fillColor=none;points=[[0,0.5],[1,0.5]];portConstraint=eastwest;fontSize=12;" vertex="1" parent="gs">
          <mxGeometry y="108" width="240" height="26" as="geometry" />
        </mxCell>
        <mxCell id="gs-r4-k" value="UQ" style="shape=partialRectangle;overflow=hidden;connectable=0;fillColor=none;top=0;left=0;bottom=0;right=0;align=center;" vertex="1" parent="gs-r4">
          <mxGeometry width="40" height="26" as="geometry"><mxRectangle width="40" height="26" as="alternateBounds" /></mxGeometry>
        </mxCell>
        <mxCell id="gs-r4-v" value="game_pin" style="shape=partialRectangle;overflow=hidden;connectable=0;fillColor=none;top=0;left=0;bottom=0;right=0;align=left;spacingLeft=6;" vertex="1" parent="gs-r4">
          <mxGeometry x="40" width="200" height="26" as="geometry"><mxRectangle x="40" width="200" height="26" as="alternateBounds" /></mxGeometry>
        </mxCell>
        <mxCell id="gs-r5" value="" style="shape=tableRow;horizontal=0;startSize=0;swimlaneHead=0;swimlaneBody=0;strokeColor=inherit;top=0;left=0;bottom=0;right=0;collapsible=0;dropTarget=0;fillColor=none;points=[[0,0.5],[1,0.5]];portConstraint=eastwest;fontSize=12;" vertex="1" parent="gs">
          <mxGeometry y="134" width="240" height="26" as="geometry" />
        </mxCell>
        <mxCell id="gs-r5-k" value="" style="shape=partialRectangle;overflow=hidden;connectable=0;fillColor=none;top=0;left=0;bottom=0;right=0;align=center;" vertex="1" parent="gs-r5">
          <mxGeometry width="40" height="26" as="geometry"><mxRectangle width="40" height="26" as="alternateBounds" /></mxGeometry>
        </mxCell>
        <mxCell id="gs-r5-v" value="status" style="shape=partialRectangle;overflow=hidden;connectable=0;fillColor=none;top=0;left=0;bottom=0;right=0;align=left;spacingLeft=6;" vertex="1" parent="gs-r5">
          <mxGeometry x="40" width="200" height="26" as="geometry"><mxRectangle x="40" width="200" height="26" as="alternateBounds" /></mxGeometry>
        </mxCell>
        <mxCell id="gs-r6" value="" style="shape=tableRow;horizontal=0;startSize=0;swimlaneHead=0;swimlaneBody=0;strokeColor=inherit;top=0;left=0;bottom=0;right=0;collapsible=0;dropTarget=0;fillColor=none;points=[[0,0.5],[1,0.5]];portConstraint=eastwest;fontSize=12;" vertex="1" parent="gs">
          <mxGeometry y="160" width="240" height="26" as="geometry" />
        </mxCell>
        <mxCell id="gs-r6-k" value="" style="shape=partialRectangle;overflow=hidden;connectable=0;fillColor=none;top=0;left=0;bottom=0;right=0;align=center;" vertex="1" parent="gs-r6">
          <mxGeometry width="40" height="26" as="geometry"><mxRectangle width="40" height="26" as="alternateBounds" /></mxGeometry>
        </mxCell>
        <mxCell id="gs-r6-v" value="current_question_index" style="shape=partialRectangle;overflow=hidden;connectable=0;fillColor=none;top=0;left=0;bottom=0;right=0;align=left;spacingLeft=6;" vertex="1" parent="gs-r6">
          <mxGeometry x="40" width="200" height="26" as="geometry"><mxRectangle x="40" width="200" height="26" as="alternateBounds" /></mxGeometry>
        </mxCell>
        <mxCell id="gs-r7" value="" style="shape=tableRow;horizontal=0;startSize=0;swimlaneHead=0;swimlaneBody=0;strokeColor=inherit;top=0;left=0;bottom=0;right=0;collapsible=0;dropTarget=0;fillColor=none;points=[[0,0.5],[1,0.5]];portConstraint=eastwest;fontSize=12;" vertex="1" parent="gs">
          <mxGeometry y="186" width="240" height="26" as="geometry" />
        </mxCell>
        <mxCell id="gs-r7-k" value="" style="shape=partialRectangle;overflow=hidden;connectable=0;fillColor=none;top=0;left=0;bottom=0;right=0;align=center;" vertex="1" parent="gs-r7">
          <mxGeometry width="40" height="26" as="geometry"><mxRectangle width="40" height="26" as="alternateBounds" /></mxGeometry>
        </mxCell>
        <mxCell id="gs-r7-v" value="current_question_started_at" style="shape=partialRectangle;overflow=hidden;connectable=0;fillColor=none;top=0;left=0;bottom=0;right=0;align=left;spacingLeft=6;" vertex="1" parent="gs-r7">
          <mxGeometry x="40" width="200" height="26" as="geometry"><mxRectangle x="40" width="200" height="26" as="alternateBounds" /></mxGeometry>
        </mxCell>

        <!-- ============ participants ============ -->
        <mxCell id="part" value="participants" style="shape=table;startSize=30;container=1;collapsible=0;childLayout=tableLayout;fixedRows=1;rowLines=0;fontStyle=1;align=center;resizeLast=1;fillColor=#e1d5e7;strokeColor=#9673a6;" vertex="1" parent="1">
          <mxGeometry x="720" y="380" width="220" height="160" as="geometry" />
        </mxCell>
        <mxCell id="part-r1" value="" style="shape=tableRow;horizontal=0;startSize=0;swimlaneHead=0;swimlaneBody=0;strokeColor=inherit;top=0;left=0;bottom=0;right=0;collapsible=0;dropTarget=0;fillColor=none;points=[[0,0.5],[1,0.5]];portConstraint=eastwest;fontSize=12;" vertex="1" parent="part">
          <mxGeometry y="30" width="220" height="26" as="geometry" />
        </mxCell>
        <mxCell id="part-r1-k" value="PK" style="shape=partialRectangle;overflow=hidden;connectable=0;fillColor=none;top=0;left=0;bottom=0;right=0;fontStyle=5;align=center;" vertex="1" parent="part-r1">
          <mxGeometry width="40" height="26" as="geometry"><mxRectangle width="40" height="26" as="alternateBounds" /></mxGeometry>
        </mxCell>
        <mxCell id="part-r1-v" value="id" style="shape=partialRectangle;overflow=hidden;connectable=0;fillColor=none;top=0;left=0;bottom=0;right=0;align=left;spacingLeft=6;fontStyle=4;" vertex="1" parent="part-r1">
          <mxGeometry x="40" width="180" height="26" as="geometry"><mxRectangle x="40" width="180" height="26" as="alternateBounds" /></mxGeometry>
        </mxCell>
        <mxCell id="part-r2" value="" style="shape=tableRow;horizontal=0;startSize=0;swimlaneHead=0;swimlaneBody=0;strokeColor=inherit;top=0;left=0;bottom=0;right=0;collapsible=0;dropTarget=0;fillColor=none;points=[[0,0.5],[1,0.5]];portConstraint=eastwest;fontSize=12;" vertex="1" parent="part">
          <mxGeometry y="56" width="220" height="26" as="geometry" />
        </mxCell>
        <mxCell id="part-r2-k" value="FK" style="shape=partialRectangle;overflow=hidden;connectable=0;fillColor=none;top=0;left=0;bottom=0;right=0;align=center;" vertex="1" parent="part-r2">
          <mxGeometry width="40" height="26" as="geometry"><mxRectangle width="40" height="26" as="alternateBounds" /></mxGeometry>
        </mxCell>
        <mxCell id="part-r2-v" value="game_session_id" style="shape=partialRectangle;overflow=hidden;connectable=0;fillColor=none;top=0;left=0;bottom=0;right=0;align=left;spacingLeft=6;" vertex="1" parent="part-r2">
          <mxGeometry x="40" width="180" height="26" as="geometry"><mxRectangle x="40" width="180" height="26" as="alternateBounds" /></mxGeometry>
        </mxCell>
        <mxCell id="part-r3" value="" style="shape=tableRow;horizontal=0;startSize=0;swimlaneHead=0;swimlaneBody=0;strokeColor=inherit;top=0;left=0;bottom=0;right=0;collapsible=0;dropTarget=0;fillColor=none;points=[[0,0.5],[1,0.5]];portConstraint=eastwest;fontSize=12;" vertex="1" parent="part">
          <mxGeometry y="82" width="220" height="26" as="geometry" />
        </mxCell>
        <mxCell id="part-r3-k" value="" style="shape=partialRectangle;overflow=hidden;connectable=0;fillColor=none;top=0;left=0;bottom=0;right=0;align=center;" vertex="1" parent="part-r3">
          <mxGeometry width="40" height="26" as="geometry"><mxRectangle width="40" height="26" as="alternateBounds" /></mxGeometry>
        </mxCell>
        <mxCell id="part-r3-v" value="nickname" style="shape=partialRectangle;overflow=hidden;connectable=0;fillColor=none;top=0;left=0;bottom=0;right=0;align=left;spacingLeft=6;" vertex="1" parent="part-r3">
          <mxGeometry x="40" width="180" height="26" as="geometry"><mxRectangle x="40" width="180" height="26" as="alternateBounds" /></mxGeometry>
        </mxCell>
        <mxCell id="part-r4" value="" style="shape=tableRow;horizontal=0;startSize=0;swimlaneHead=0;swimlaneBody=0;strokeColor=inherit;top=0;left=0;bottom=0;right=0;collapsible=0;dropTarget=0;fillColor=none;points=[[0,0.5],[1,0.5]];portConstraint=eastwest;fontSize=12;" vertex="1" parent="part">
          <mxGeometry y="108" width="220" height="26" as="geometry" />
        </mxCell>
        <mxCell id="part-r4-k" value="" style="shape=partialRectangle;overflow=hidden;connectable=0;fillColor=none;top=0;left=0;bottom=0;right=0;align=center;" vertex="1" parent="part-r4">
          <mxGeometry width="40" height="26" as="geometry"><mxRectangle width="40" height="26" as="alternateBounds" /></mxGeometry>
        </mxCell>
        <mxCell id="part-r4-v" value="session_token" style="shape=partialRectangle;overflow=hidden;connectable=0;fillColor=none;top=0;left=0;bottom=0;right=0;align=left;spacingLeft=6;" vertex="1" parent="part-r4">
          <mxGeometry x="40" width="180" height="26" as="geometry"><mxRectangle x="40" width="180" height="26" as="alternateBounds" /></mxGeometry>
        </mxCell>
        <mxCell id="part-r5" value="" style="shape=tableRow;horizontal=0;startSize=0;swimlaneHead=0;swimlaneBody=0;strokeColor=inherit;top=0;left=0;bottom=0;right=0;collapsible=0;dropTarget=0;fillColor=none;points=[[0,0.5],[1,0.5]];portConstraint=eastwest;fontSize=12;" vertex="1" parent="part">
          <mxGeometry y="134" width="220" height="26" as="geometry" />
        </mxCell>
        <mxCell id="part-r5-k" value="" style="shape=partialRectangle;overflow=hidden;connectable=0;fillColor=none;top=0;left=0;bottom=0;right=0;align=center;" vertex="1" parent="part-r5">
          <mxGeometry width="40" height="26" as="geometry"><mxRectangle width="40" height="26" as="alternateBounds" /></mxGeometry>
        </mxCell>
        <mxCell id="part-r5-v" value="total_score" style="shape=partialRectangle;overflow=hidden;connectable=0;fillColor=none;top=0;left=0;bottom=0;right=0;align=left;spacingLeft=6;" vertex="1" parent="part-r5">
          <mxGeometry x="40" width="180" height="26" as="geometry"><mxRectangle x="40" width="180" height="26" as="alternateBounds" /></mxGeometry>
        </mxCell>

        <!-- ============ answers ============ -->
        <mxCell id="ans" value="answers" style="shape=table;startSize=30;container=1;collapsible=0;childLayout=tableLayout;fixedRows=1;rowLines=0;fontStyle=1;align=center;resizeLast=1;fillColor=#d4e1f5;strokeColor=#6c8ebf;" vertex="1" parent="1">
          <mxGeometry x="1040" y="380" width="240" height="212" as="geometry" />
        </mxCell>
        <mxCell id="ans-r1" value="" style="shape=tableRow;horizontal=0;startSize=0;swimlaneHead=0;swimlaneBody=0;strokeColor=inherit;top=0;left=0;bottom=0;right=0;collapsible=0;dropTarget=0;fillColor=none;points=[[0,0.5],[1,0.5]];portConstraint=eastwest;fontSize=12;" vertex="1" parent="ans">
          <mxGeometry y="30" width="240" height="26" as="geometry" />
        </mxCell>
        <mxCell id="ans-r1-k" value="PK" style="shape=partialRectangle;overflow=hidden;connectable=0;fillColor=none;top=0;left=0;bottom=0;right=0;fontStyle=5;align=center;" vertex="1" parent="ans-r1">
          <mxGeometry width="40" height="26" as="geometry"><mxRectangle width="40" height="26" as="alternateBounds" /></mxGeometry>
        </mxCell>
        <mxCell id="ans-r1-v" value="id" style="shape=partialRectangle;overflow=hidden;connectable=0;fillColor=none;top=0;left=0;bottom=0;right=0;align=left;spacingLeft=6;fontStyle=4;" vertex="1" parent="ans-r1">
          <mxGeometry x="40" width="200" height="26" as="geometry"><mxRectangle x="40" width="200" height="26" as="alternateBounds" /></mxGeometry>
        </mxCell>
        <mxCell id="ans-r2" value="" style="shape=tableRow;horizontal=0;startSize=0;swimlaneHead=0;swimlaneBody=0;strokeColor=inherit;top=0;left=0;bottom=0;right=0;collapsible=0;dropTarget=0;fillColor=none;points=[[0,0.5],[1,0.5]];portConstraint=eastwest;fontSize=12;" vertex="1" parent="ans">
          <mxGeometry y="56" width="240" height="26" as="geometry" />
        </mxCell>
        <mxCell id="ans-r2-k" value="FK" style="shape=partialRectangle;overflow=hidden;connectable=0;fillColor=none;top=0;left=0;bottom=0;right=0;align=center;" vertex="1" parent="ans-r2">
          <mxGeometry width="40" height="26" as="geometry"><mxRectangle width="40" height="26" as="alternateBounds" /></mxGeometry>
        </mxCell>
        <mxCell id="ans-r2-v" value="participant_id" style="shape=partialRectangle;overflow=hidden;connectable=0;fillColor=none;top=0;left=0;bottom=0;right=0;align=left;spacingLeft=6;" vertex="1" parent="ans-r2">
          <mxGeometry x="40" width="200" height="26" as="geometry"><mxRectangle x="40" width="200" height="26" as="alternateBounds" /></mxGeometry>
        </mxCell>
        <mxCell id="ans-r3" value="" style="shape=tableRow;horizontal=0;startSize=0;swimlaneHead=0;swimlaneBody=0;strokeColor=inherit;top=0;left=0;bottom=0;right=0;collapsible=0;dropTarget=0;fillColor=none;points=[[0,0.5],[1,0.5]];portConstraint=eastwest;fontSize=12;" vertex="1" parent="ans">
          <mxGeometry y="82" width="240" height="26" as="geometry" />
        </mxCell>
        <mxCell id="ans-r3-k" value="FK" style="shape=partialRectangle;overflow=hidden;connectable=0;fillColor=none;top=0;left=0;bottom=0;right=0;align=center;" vertex="1" parent="ans-r3">
          <mxGeometry width="40" height="26" as="geometry"><mxRectangle width="40" height="26" as="alternateBounds" /></mxGeometry>
        </mxCell>
        <mxCell id="ans-r3-v" value="question_id" style="shape=partialRectangle;overflow=hidden;connectable=0;fillColor=none;top=0;left=0;bottom=0;right=0;align=left;spacingLeft=6;" vertex="1" parent="ans-r3">
          <mxGeometry x="40" width="200" height="26" as="geometry"><mxRectangle x="40" width="200" height="26" as="alternateBounds" /></mxGeometry>
        </mxCell>
        <mxCell id="ans-r4" value="" style="shape=tableRow;horizontal=0;startSize=0;swimlaneHead=0;swimlaneBody=0;strokeColor=inherit;top=0;left=0;bottom=0;right=0;collapsible=0;dropTarget=0;fillColor=none;points=[[0,0.5],[1,0.5]];portConstraint=eastwest;fontSize=12;" vertex="1" parent="ans">
          <mxGeometry y="108" width="240" height="26" as="geometry" />
        </mxCell>
        <mxCell id="ans-r4-k" value="FK" style="shape=partialRectangle;overflow=hidden;connectable=0;fillColor=none;top=0;left=0;bottom=0;right=0;align=center;" vertex="1" parent="ans-r4">
          <mxGeometry width="40" height="26" as="geometry"><mxRectangle width="40" height="26" as="alternateBounds" /></mxGeometry>
        </mxCell>
        <mxCell id="ans-r4-v" value="selected_option_id" style="shape=partialRectangle;overflow=hidden;connectable=0;fillColor=none;top=0;left=0;bottom=0;right=0;align=left;spacingLeft=6;" vertex="1" parent="ans-r4">
          <mxGeometry x="40" width="200" height="26" as="geometry"><mxRectangle x="40" width="200" height="26" as="alternateBounds" /></mxGeometry>
        </mxCell>
        <mxCell id="ans-r5" value="" style="shape=tableRow;horizontal=0;startSize=0;swimlaneHead=0;swimlaneBody=0;strokeColor=inherit;top=0;left=0;bottom=0;right=0;collapsible=0;dropTarget=0;fillColor=none;points=[[0,0.5],[1,0.5]];portConstraint=eastwest;fontSize=12;" vertex="1" parent="ans">
          <mxGeometry y="134" width="240" height="26" as="geometry" />
        </mxCell>
        <mxCell id="ans-r5-k" value="" style="shape=partialRectangle;overflow=hidden;connectable=0;fillColor=none;top=0;left=0;bottom=0;right=0;align=center;" vertex="1" parent="ans-r5">
          <mxGeometry width="40" height="26" as="geometry"><mxRectangle width="40" height="26" as="alternateBounds" /></mxGeometry>
        </mxCell>
        <mxCell id="ans-r5-v" value="is_correct" style="shape=partialRectangle;overflow=hidden;connectable=0;fillColor=none;top=0;left=0;bottom=0;right=0;align=left;spacingLeft=6;" vertex="1" parent="ans-r5">
          <mxGeometry x="40" width="200" height="26" as="geometry"><mxRectangle x="40" width="200" height="26" as="alternateBounds" /></mxGeometry>
        </mxCell>
        <mxCell id="ans-r6" value="" style="shape=tableRow;horizontal=0;startSize=0;swimlaneHead=0;swimlaneBody=0;strokeColor=inherit;top=0;left=0;bottom=0;right=0;collapsible=0;dropTarget=0;fillColor=none;points=[[0,0.5],[1,0.5]];portConstraint=eastwest;fontSize=12;" vertex="1" parent="ans">
          <mxGeometry y="160" width="240" height="26" as="geometry" />
        </mxCell>
        <mxCell id="ans-r6-k" value="" style="shape=partialRectangle;overflow=hidden;connectable=0;fillColor=none;top=0;left=0;bottom=0;right=0;align=center;" vertex="1" parent="ans-r6">
          <mxGeometry width="40" height="26" as="geometry"><mxRectangle width="40" height="26" as="alternateBounds" /></mxGeometry>
        </mxCell>
        <mxCell id="ans-r6-v" value="response_time_ms" style="shape=partialRectangle;overflow=hidden;connectable=0;fillColor=none;top=0;left=0;bottom=0;right=0;align=left;spacingLeft=6;" vertex="1" parent="ans-r6">
          <mxGeometry x="40" width="200" height="26" as="geometry"><mxRectangle x="40" width="200" height="26" as="alternateBounds" /></mxGeometry>
        </mxCell>
        <mxCell id="ans-r7" value="" style="shape=tableRow;horizontal=0;startSize=0;swimlaneHead=0;swimlaneBody=0;strokeColor=inherit;top=0;left=0;bottom=0;right=0;collapsible=0;dropTarget=0;fillColor=none;points=[[0,0.5],[1,0.5]];portConstraint=eastwest;fontSize=12;" vertex="1" parent="ans">
          <mxGeometry y="186" width="240" height="26" as="geometry" />
        </mxCell>
        <mxCell id="ans-r7-k" value="" style="shape=partialRectangle;overflow=hidden;connectable=0;fillColor=none;top=0;left=0;bottom=0;right=0;align=center;" vertex="1" parent="ans-r7">
          <mxGeometry width="40" height="26" as="geometry"><mxRectangle width="40" height="26" as="alternateBounds" /></mxGeometry>
        </mxCell>
        <mxCell id="ans-r7-v" value="points_awarded" style="shape=partialRectangle;overflow=hidden;connectable=0;fillColor=none;top=0;left=0;bottom=0;right=0;align=left;spacingLeft=6;" vertex="1" parent="ans-r7">
          <mxGeometry x="40" width="200" height="26" as="geometry"><mxRectangle x="40" width="200" height="26" as="alternateBounds" /></mxGeometry>
        </mxCell>

        <!-- ============ relationships ============ -->
        <mxCell id="rel-users-quizzes" value="" style="edgeStyle=entityRelationEdgeStyle;fontSize=12;html=1;endArrow=ERmany;startArrow=ERone;rounded=0;exitX=1;exitY=0.5;entryX=0;entryY=0.5;" edge="1" parent="1" source="users-r1" target="quizzes-r2">
          <mxGeometry relative="1" as="geometry" />
        </mxCell>
        <mxCell id="rel-quizzes-questions" value="" style="edgeStyle=entityRelationEdgeStyle;fontSize=12;html=1;endArrow=ERmany;startArrow=ERone;rounded=0;exitX=1;exitY=0.5;entryX=0;entryY=0.5;" edge="1" parent="1" source="quizzes-r1" target="questions-r2">
          <mxGeometry relative="1" as="geometry" />
        </mxCell>
        <mxCell id="rel-questions-options" value="" style="edgeStyle=entityRelationEdgeStyle;fontSize=12;html=1;endArrow=ERmany;startArrow=ERone;rounded=0;exitX=1;exitY=0.5;entryX=0;entryY=0.5;" edge="1" parent="1" source="questions-r1" target="options-r2">
          <mxGeometry relative="1" as="geometry" />
        </mxCell>
        <mxCell id="rel-quizzes-gs" value="" style="edgeStyle=entityRelationEdgeStyle;fontSize=12;html=1;endArrow=ERmany;startArrow=ERone;rounded=0;exitX=0.5;exitY=1;entryX=0.5;entryY=0;" edge="1" parent="1" source="quizzes-r1" target="gs-r2">
          <mxGeometry relative="1" as="geometry" />
        </mxCell>
        <mxCell id="rel-users-gs" value="" style="edgeStyle=entityRelationEdgeStyle;fontSize=12;html=1;endArrow=ERmany;startArrow=ERone;rounded=0;exitX=0;exitY=0.5;entryX=0;entryY=0.5;" edge="1" parent="1" source="users-r1" target="gs-r3">
          <mxGeometry relative="1" as="geometry" />
        </mxCell>
        <mxCell id="rel-gs-part" value="" style="edgeStyle=entityRelationEdgeStyle;fontSize=12;html=1;endArrow=ERmany;startArrow=ERone;rounded=0;exitX=1;exitY=0.5;entryX=0;entryY=0.5;" edge="1" parent="1" source="gs-r1" target="part-r2">
          <mxGeometry relative="1" as="geometry" />
        </mxCell>
        <mxCell id="rel-part-ans" value="" style="edgeStyle=entityRelationEdgeStyle;fontSize=12;html=1;endArrow=ERmany;startArrow=ERone;rounded=0;exitX=1;exitY=0.5;entryX=0;entryY=0.5;" edge="1" parent="1" source="part-r1" target="ans-r2">
          <mxGeometry relative="1" as="geometry" />
        </mxCell>
        <mxCell id="rel-questions-ans" value="" style="edgeStyle=entityRelationEdgeStyle;fontSize=12;html=1;endArrow=ERmany;startArrow=ERone;rounded=0;exitX=0.5;exitY=1;entryX=0.5;entryY=0;" edge="1" parent="1" source="questions-r1" target="ans-r3">
          <mxGeometry relative="1" as="geometry" />
        </mxCell>
        <mxCell id="rel-options-ans" value="" style="edgeStyle=entityRelationEdgeStyle;fontSize=12;html=1;endArrow=ERmany;startArrow=ERone;rounded=0;exitX=0.5;exitY=1;entryX=1;entryY=0;" edge="1" parent="1" source="options-r1" target="ans-r4">
          <mxGeometry relative="1" as="geometry" />
        </mxCell>

        <!-- ============ legend ============ -->
        <mxCell id="legend" value="Quiz Online — ERD&#10;Phase A: users, quizzes, questions, options&#10;Phase B: game_sessions, participants, answers&#10;&#10;Relasi 1—N (crow's foot). UQ game_pin unik.&#10;answers unik per (participant_id, question_id).&#10;Semua FK cascade on delete." style="text;html=1;align=left;verticalAlign=top;whiteSpace=wrap;rounded=1;fillColor=#f5f5f5;strokeColor=#666666;spacing=8;fontSize=11;" vertex="1" parent="1">
          <mxGeometry x="40" y="380" width="300" height="160" as="geometry" />
        </mxCell>

      </root>
    </mxGraphModel>
  </diagram>
</mxfile>
